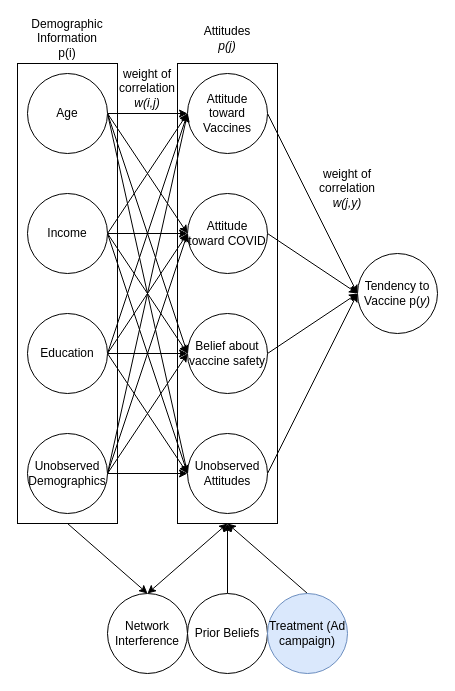
Earlier version of the draw.io diagram figures/dags/treatment_DAG.drawio (Bingsongl/vaccine_experiment_datatask). Source tidied: cells renumbered, new cells numbered last; positions are measured from the earlier drawing's top-left corner, leaving out a move shared by most shapes. Both pictures are drawn from the tidied source at 100%, with x=0, y=0 at pixel (17, 23).
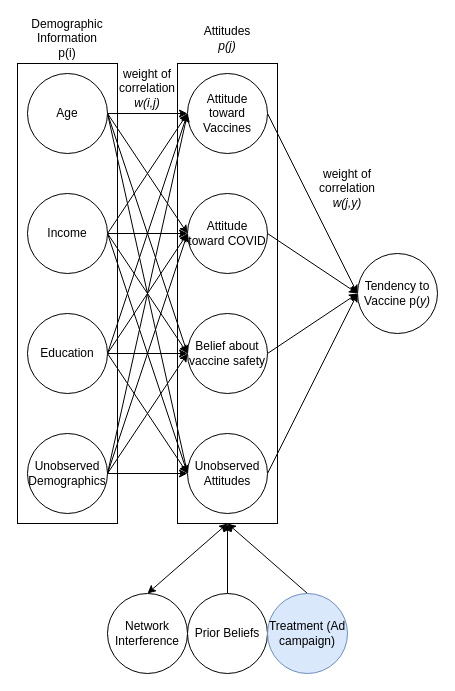
The same page after the edit.

The change refers to these unchanged cells:
```xml
<mxCell id="3" style="rounded=0;whiteSpace=wrap;html=1;" parent="1" vertex="1">
  <mxGeometry y="40" width="100" height="460" as="geometry" />
</mxCell>
<mxCell id="41" value="Network Interference" style="ellipse;whiteSpace=wrap;html=1;" parent="1" vertex="1">
  <mxGeometry x="90" y="570" width="80" height="80" as="geometry" />
</mxCell>
```

Diff of the diagram source:
```diff
@@
-    <mxCell id="2" style="rounded=0;jettySize=auto;html=1;exitX=0.5;exitY=1;exitDx=0;exitDy=0;entryX=0.5;entryY=0;entryDx=0;entryDy=0;" parent="1" edge="1" source="3" target="41">
-      <mxGeometry relative="1" as="geometry" />
-    </mxCell>
```
